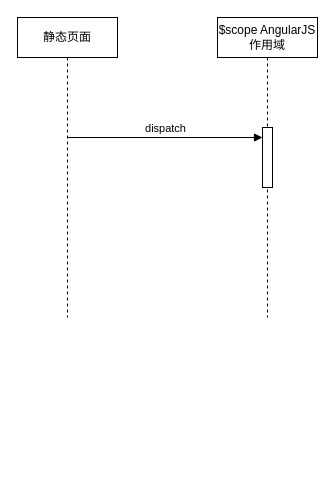
asling/my-umls keeps this draw.io diagram as 一种渲染方法.drawio. Above is the earlier version. Source tidied: cells renumbered, new cells numbered last; positions are measured from the earlier drawing's top-left corner, leaving out a move shared by most shapes. Both pictures are drawn from the tidied source at 100%, with x=0, y=0 at pixel (17, 17).
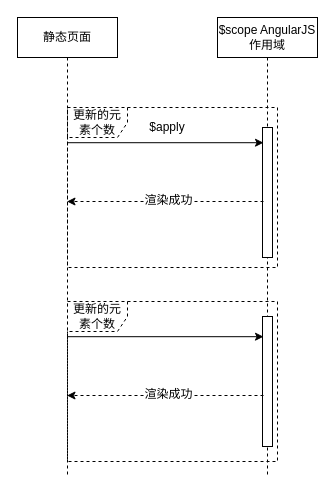
The same diagram, later.

Commit message (it also covers changes not shown here):
Update 一种渲染方法.drawio

Diff of the diagram source:
```diff
@@
 <mxGraphModel>
   <root>
     <mxCell id="0" />
     <mxCell id="1" parent="0" />
+    <mxCell id="6" value="更新的元素个数" style="shape=umlFrame;whiteSpace=wrap;html=1;dashed=1;" parent="1" vertex="1">
+      <mxGeometry x="50" y="90" width="210" height="160" as="geometry" />
+    </mxCell>
     <mxCell id="2" value="静态页面" style="shape=umlLifeline;perimeter=lifelinePerimeter;whiteSpace=wrap;html=1;outlineConnect=0;" parent="1" vertex="1">
-      <mxGeometry width="100" height="300" as="geometry" />
+      <mxGeometry width="100" height="460" as="geometry" />
     </mxCell>
-    <mxCell id="3" value="dispatch" style="html=1;verticalAlign=bottom;endArrow=block;" parent="2" edge="1" target="5">
-      <mxGeometry relative="1" as="geometry">
-        <mxPoint x="50" y="120" as="sourcePoint" />
-      </mxGeometry>
-    </mxCell>
     <mxCell id="4" value="$scope AngularJS作用域" style="shape=umlLifeline;perimeter=lifelinePerimeter;whiteSpace=wrap;html=1;" parent="1" vertex="1">
-      <mxGeometry x="200" width="100" height="300" as="geometry" />
+      <mxGeometry x="200" width="100" height="460" as="geometry" />
     </mxCell>
     <mxCell id="5" style="html=1;points=[];perimeter=orthogonalPerimeter;" parent="4" vertex="1">
-      <mxGeometry x="45" y="110" width="10" height="60" as="geometry" />
+      <mxGeometry x="45" y="110" width="10" height="130" as="geometry" />
     </mxCell>
+    <mxCell id="7" style="html=1;perimeter=orthogonalPerimeter;" parent="4" vertex="1">
+      <mxGeometry x="45" y="299" width="10" height="130" as="geometry" />
+    </mxCell>
+    <mxCell id="8" style="endArrow=classic;html=1;entryX=0.1;entryY=0.117;entryDx=0;entryDy=0;entryPerimeter=0;" parent="1" edge="1" source="2" target="5">
+      <mxGeometry relative="1" as="geometry" />
+    </mxCell>
+    <mxCell id="9" value="$apply" style="text;html=1;strokeColor=none;fillColor=none;align=center;verticalAlign=middle;whiteSpace=wrap;rounded=0;" parent="1" vertex="1">
+      <mxGeometry x="130" y="100" width="40" height="20" as="geometry" />
+    </mxCell>
+    <mxCell id="10" style="endArrow=classic;html=1;exitX=0.1;exitY=0.7;exitDx=0;exitDy=0;exitPerimeter=0;dashed=1;" parent="1" edge="1">
+      <mxGeometry relative="1" as="geometry">
+        <mxPoint x="246" y="184" as="sourcePoint" />
+        <mxPoint x="49.5" y="184" as="targetPoint" />
+      </mxGeometry>
+    </mxCell>
+    <mxCell id="11" value="渲染成功" style="text;html=1;align=center;verticalAlign=middle;labelBackgroundColor=#ffffff;" parent="10" vertex="1">
+      <mxGeometry x="-0.19" y="2" relative="1" as="geometry">
+        <mxPoint x="-16" y="-4" as="offset" />
+      </mxGeometry>
+    </mxCell>
+    <mxCell id="12" value="更新的元素个数" style="shape=umlFrame;whiteSpace=wrap;html=1;dashed=1;" parent="1" vertex="1">
+      <mxGeometry x="50" y="284" width="210" height="160" as="geometry" />
+    </mxCell>
+    <mxCell id="13" style="endArrow=classic;html=1;entryX=0.1;entryY=0.117;entryDx=0;entryDy=0;entryPerimeter=0;" parent="1" edge="1">
+      <mxGeometry relative="1" as="geometry">
+        <mxPoint x="49.5" y="319.2" as="sourcePoint" />
+        <mxPoint x="246" y="319.2" as="targetPoint" />
+      </mxGeometry>
+    </mxCell>
+    <mxCell id="14" style="endArrow=classic;html=1;exitX=0.1;exitY=0.7;exitDx=0;exitDy=0;exitPerimeter=0;dashed=1;" parent="1" edge="1">
+      <mxGeometry relative="1" as="geometry">
+        <mxPoint x="246" y="378" as="sourcePoint" />
+        <mxPoint x="49.5" y="378" as="targetPoint" />
+      </mxGeometry>
+    </mxCell>
+    <mxCell id="15" value="渲染成功" style="text;html=1;align=center;verticalAlign=middle;labelBackgroundColor=#ffffff;" parent="14" vertex="1">
+      <mxGeometry x="-0.19" y="2" relative="1" as="geometry">
+        <mxPoint x="-16" y="-4" as="offset" />
+      </mxGeometry>
+    </mxCell>
   </root>
 </mxGraphModel>
```
